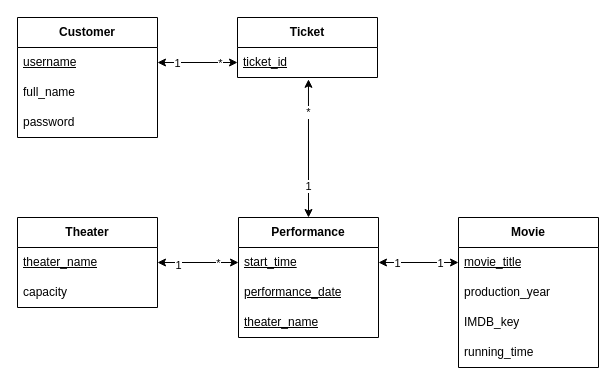
The draw.io diagram Lab2_ER_Model.drawio in sergioferniza/edaf75, before the edit. Source tidied: cells renumbered, new cells numbered last; positions are measured from the earlier drawing's top-left corner, leaving out a move shared by most shapes. Both pictures are drawn from the tidied source at 100%, with x=0, y=0 at pixel (17, 17).
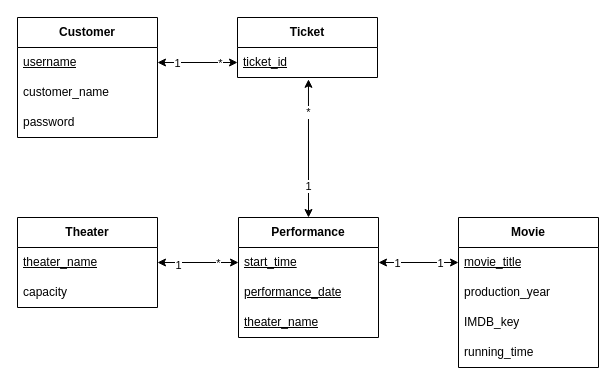
The same diagram, later.

Commit message (it also covers changes not shown here):
Updated DB schema and UML diagrams

The change refers to these unchanged cells:
```xml
<mxCell id="17" value="Customer" style="swimlane;fontStyle=1;horizontal=1;startSize=30;whiteSpace=wrap;html=1;" parent="1" vertex="1">
  <mxGeometry width="140" height="120" as="geometry" />
</mxCell>
```

Diff of the diagram source:
```diff
@@
-    <mxCell id="19" value="full_name" style="text;strokeColor=none;fillColor=none;align=left;verticalAlign=middle;spacingLeft=4;spacingRight=4;overflow=hidden;whiteSpace=wrap;html=1;" parent="17" vertex="1">
+    <mxCell id="19" value="customer_name" style="text;strokeColor=none;fillColor=none;align=left;verticalAlign=middle;spacingLeft=4;spacingRight=4;overflow=hidden;whiteSpace=wrap;html=1;" parent="17" vertex="1">
       <mxGeometry y="60" width="140" height="30" as="geometry" />
     </mxCell>
```
